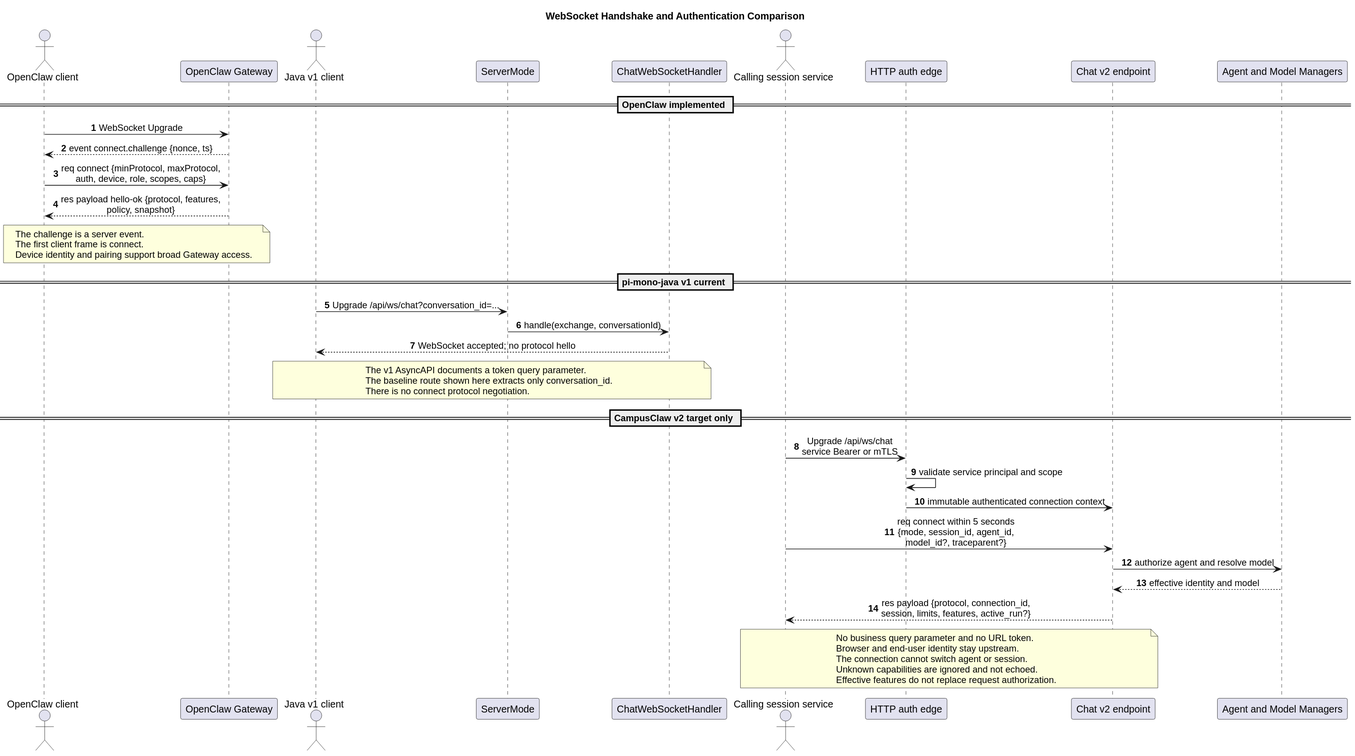
Before: openclaw-campusclaw-websocket-comparison/websocket_handshake_comparison.svg, a diagram exported from PlantUML (superheromeZzh/pi-mono-java-design).
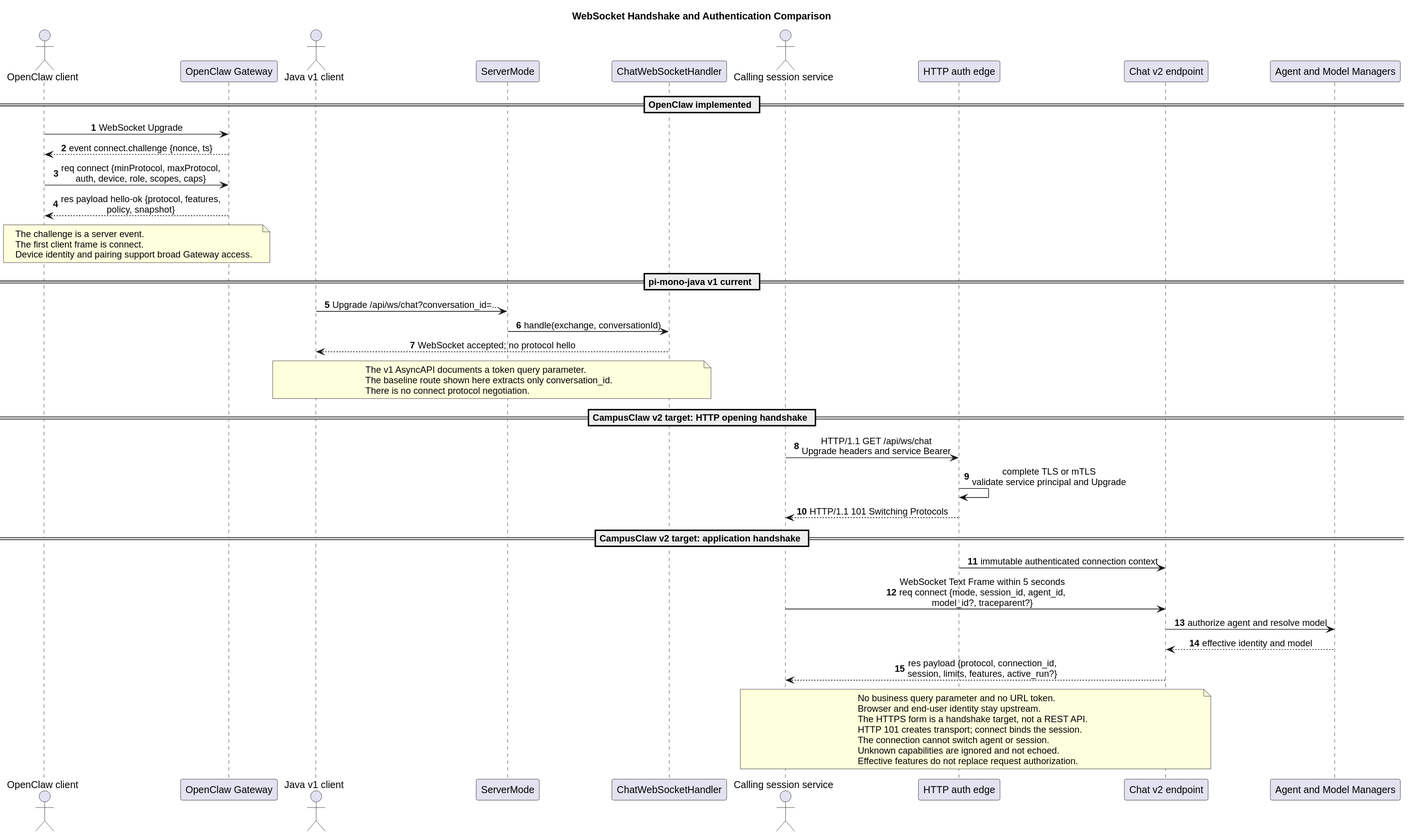
After the change.

What changed in the source:
```diff
@@ -39,17 +39,22 @@
 There is no connect protocol negotiation.
 end note
 
-== CampusClaw v2 target only ==
-CC -> EDGE : Upgrade /api/ws/chat\nservice Bearer or mTLS
-EDGE -> EDGE : validate service principal and scope
+== CampusClaw v2 target: HTTP opening handshake ==
+CC -> EDGE : HTTP/1.1 GET /api/ws/chat\nUpgrade headers and service Bearer
+EDGE -> EDGE : complete TLS or mTLS\nvalidate service principal and Upgrade
+EDGE --> CC : HTTP/1.1 101 Switching Protocols
+
+== CampusClaw v2 target: application handshake ==
 EDGE -> V2 : immutable authenticated connection context
-CC -> V2 : req connect within 5 seconds\n{mode, session_id, agent_id,\nmodel_id?, traceparent?}
+CC -> V2 : WebSocket Text Frame within 5 seconds\nreq connect {mode, session_id, agent_id,\nmodel_id?, traceparent?}
 V2 -> MGR : authorize agent and resolve model
 MGR --> V2 : effective identity and model
 V2 --> CC : res payload {protocol, connection_id,\nsession, limits, features, active_run?}
 note over CC,V2
 No business query parameter and no URL token.
 Browser and end-user identity stay upstream.
+The HTTPS form is a handshake target, not a REST API.
+HTTP 101 creates transport; connect binds the session.
 The connection cannot switch agent or session.
 Unknown capabilities are ignored and not echoed.
 Effective features do not replace request authorization.
```
